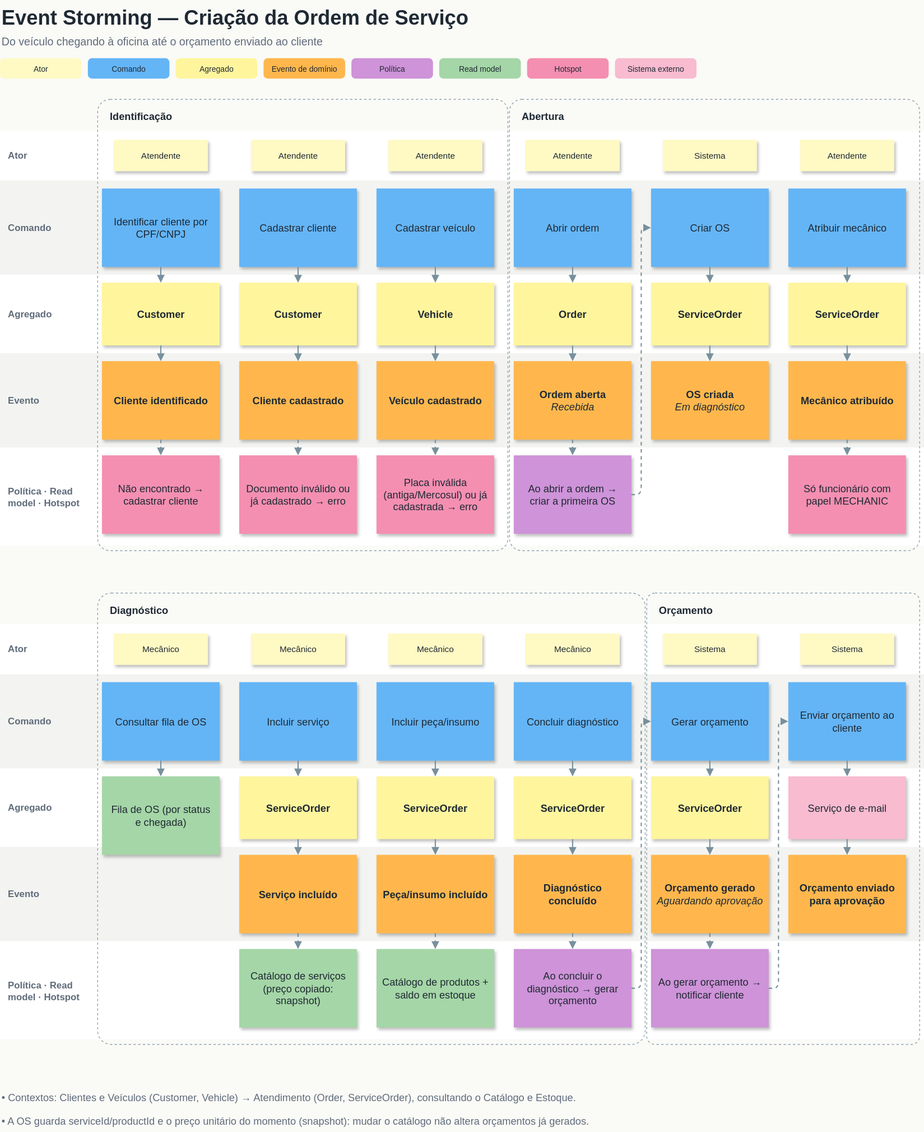
This is docs/ddd/event-storming/2-criacao-os.svg from 18-SOAT/Tech.Challenge.API, a draw.io export, as it was before one commit. Source tidied: cells renumbered, new cells last; positions are measured from the earlier drawing's top-left corner, leaving out a move shared by most shapes.
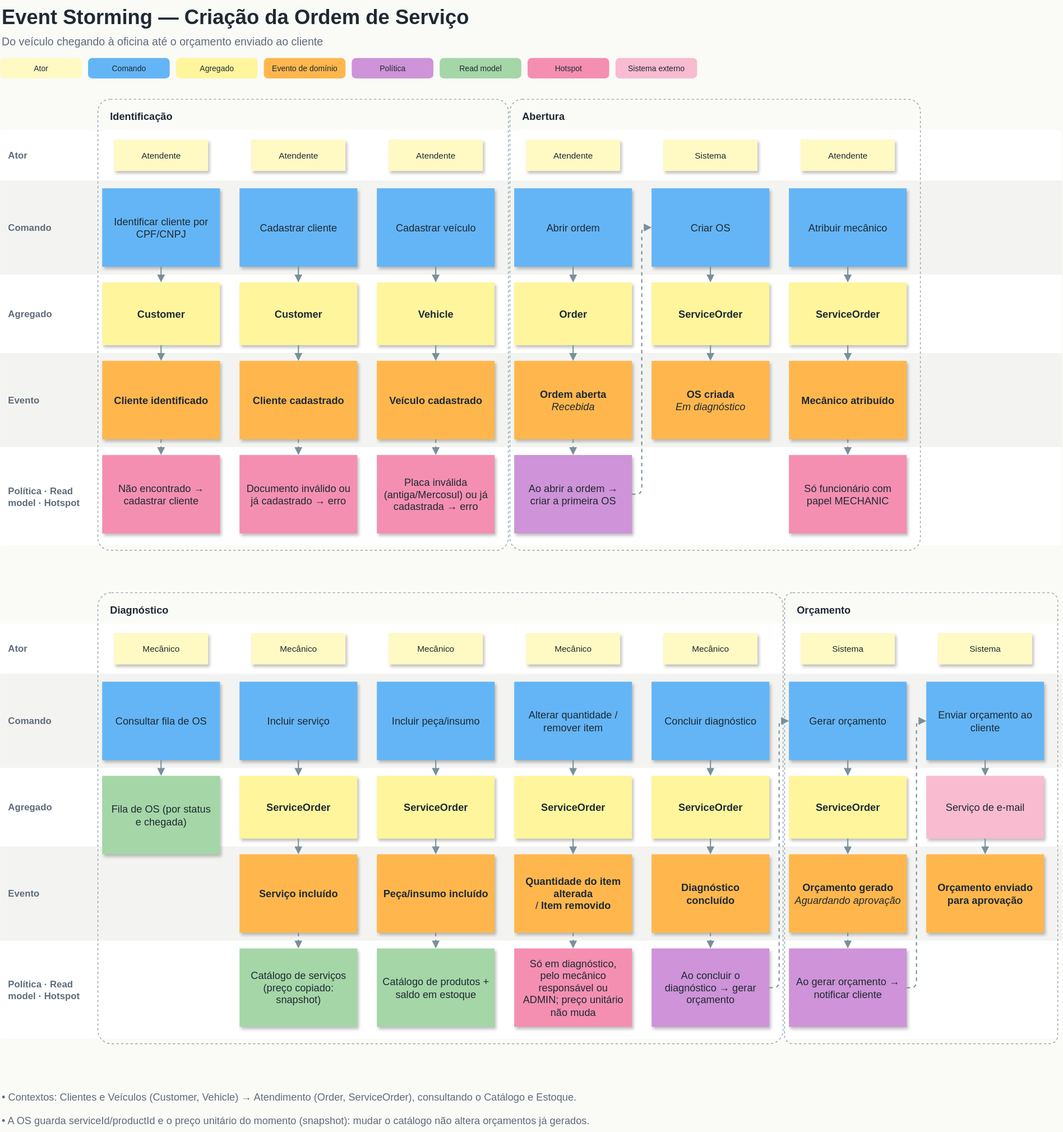
After the change.

Commit message:
docs(ddd): reexporta o event storming da criação da OS com a coluna de alterar/remover item

Change to the diagram source:
```diff
@@ -3,10 +3,10 @@
     <mxCell id="0" />
     <mxCell id="1" parent="0" />
     <mxCell id="2" value="Event Storming — Criação da Ordem de Serviço" style="text;html=1;whiteSpace=wrap;align=left;verticalAlign=top;fontSize=26;fontFamily=Helvetica;fontColor=#1F2933;fontStyle=1;" parent="1" vertex="1">
-      <mxGeometry width="1174" height="36" as="geometry" />
+      <mxGeometry width="1349" height="36" as="geometry" />
     </mxCell>
     <mxCell id="3" value="Do veículo chegando à oficina até o orçamento enviado ao cliente" style="text;html=1;whiteSpace=wrap;align=left;verticalAlign=top;fontSize=14;fontFamily=Helvetica;fontColor=#5F6B7A;" parent="1" vertex="1">
-      <mxGeometry y="38" width="1174" height="24" as="geometry" />
+      <mxGeometry y="38" width="1349" height="24" as="geometry" />
     </mxCell>
     <mxCell id="4" value="Ator" style="rounded=1;arcSize=20;whiteSpace=wrap;html=1;strokeColor=none;fillColor=#FFF9C4;fontSize=10;fontFamily=Helvetica;fontColor=#1F2933;" parent="1" vertex="1">
       <mxGeometry y="74" width="104" height="26" as="geometry" />
@@ -33,31 +33,31 @@
       <mxGeometry x="784" y="74" width="104" height="26" as="geometry" />
     </mxCell>
     <mxCell id="12" style="rounded=0;html=1;strokeColor=none;fillColor=#FFFFFF;" parent="1" vertex="1">
-      <mxGeometry y="166" width="1178" height="64" as="geometry" />
+      <mxGeometry y="166" width="1353" height="64" as="geometry" />
     </mxCell>
     <mxCell id="13" value="Ator" style="text;html=1;whiteSpace=wrap;align=left;verticalAlign=middle;fontSize=12;fontFamily=Helvetica;fontColor=#5F6B7A;fontStyle=1;" parent="1" vertex="1">
       <mxGeometry x="8" y="166" width="115" height="64" as="geometry" />
     </mxCell>
     <mxCell id="14" style="rounded=0;html=1;strokeColor=none;fillColor=#F3F4F1;" parent="1" vertex="1">
-      <mxGeometry y="230" width="1178" height="120" as="geometry" />
+      <mxGeometry y="230" width="1353" height="120" as="geometry" />
     </mxCell>
     <mxCell id="15" value="Comando" style="text;html=1;whiteSpace=wrap;align=left;verticalAlign=middle;fontSize=12;fontFamily=Helvetica;fontColor=#5F6B7A;fontStyle=1;" parent="1" vertex="1">
       <mxGeometry x="8" y="230" width="115" height="120" as="geometry" />
     </mxCell>
     <mxCell id="16" style="rounded=0;html=1;strokeColor=none;fillColor=#FFFFFF;" parent="1" vertex="1">
-      <mxGeometry y="350" width="1178" height="100" as="geometry" />
+      <mxGeometry y="350" width="1353" height="100" as="geometry" />
     </mxCell>
     <mxCell id="17" value="Agregado" style="text;html=1;whiteSpace=wrap;align=left;verticalAlign=middle;fontSize=12;fontFamily=Helvetica;fontColor=#5F6B7A;fontStyle=1;" parent="1" vertex="1">
       <mxGeometry x="8" y="350" width="115" height="100" as="geometry" />
     </mxCell>
     <mxCell id="18" style="rounded=0;html=1;strokeColor=none;fillColor=#F3F4F1;" parent="1" vertex="1">
-      <mxGeometry y="450" width="1178" height="120" as="geometry" />
+      <mxGeometry y="450" width="1353" height="120" as="geometry" />
     </mxCell>
     <mxCell id="19" value="Evento" style="text;html=1;whiteSpace=wrap;align=left;verticalAlign=middle;fontSize=12;fontFamily=Helvetica;fontColor=#5F6B7A;fontStyle=1;" parent="1" vertex="1">
       <mxGeometry x="8" y="450" width="115" height="120" as="geometry" />
     </mxCell>
     <mxCell id="20" style="rounded=0;html=1;strokeColor=none;fillColor=#FFFFFF;" parent="1" vertex="1">
-      <mxGeometry y="570" width="1178" height="125" as="geometry" />
+      <mxGeometry y="570" width="1353" height="125" as="geometry" />
     </mxCell>
     <mxCell id="21" value="Política · Read model · Hotspot" style="text;html=1;whiteSpace=wrap;align=left;verticalAlign=middle;fontSize=12;fontFamily=Helvetica;fontColor=#5F6B7A;fontStyle=1;" parent="1" vertex="1">
       <mxGeometry x="8" y="570" width="115" height="125" as="geometry" />
@@ -210,37 +210,37 @@
       <mxGeometry relative="1" as="geometry" />
     </mxCell>
     <mxCell id="71" style="rounded=0;html=1;strokeColor=none;fillColor=#FFFFFF;" parent="1" vertex="1">
-      <mxGeometry y="795" width="1178" height="64" as="geometry" />
+      <mxGeometry y="795" width="1353" height="64" as="geometry" />
     </mxCell>
     <mxCell id="72" value="Ator" style="text;html=1;whiteSpace=wrap;align=left;verticalAlign=middle;fontSize=12;fontFamily=Helvetica;fontColor=#5F6B7A;fontStyle=1;" parent="1" vertex="1">
       <mxGeometry x="8" y="795" width="115" height="64" as="geometry" />
     </mxCell>
     <mxCell id="73" style="rounded=0;html=1;strokeColor=none;fillColor=#F3F4F1;" parent="1" vertex="1">
-      <mxGeometry y="859" width="1178" height="120" as="geometry" />
+      <mxGeometry y="859" width="1353" height="120" as="geometry" />
     </mxCell>
     <mxCell id="74" value="Comando" style="text;html=1;whiteSpace=wrap;align=left;verticalAlign=middle;fontSize=12;fontFamily=Helvetica;fontColor=#5F6B7A;fontStyle=1;" parent="1" vertex="1">
       <mxGeometry x="8" y="859" width="115" height="120" as="geometry" />
     </mxCell>
     <mxCell id="75" style="rounded=0;html=1;strokeColor=none;fillColor=#FFFFFF;" parent="1" vertex="1">
-      <mxGeometry y="979" width="1178" height="100" as="geometry" />
+      <mxGeometry y="979" width="1353" height="100" as="geometry" />
     </mxCell>
     <mxCell id="76" value="Agregado" style="text;html=1;whiteSpace=wrap;align=left;verticalAlign=middle;fontSize=12;fontFamily=Helvetica;fontColor=#5F6B7A;fontStyle=1;" parent="1" vertex="1">
       <mxGeometry x="8" y="979" width="115" height="100" as="geometry" />
     </mxCell>
     <mxCell id="77" style="rounded=0;html=1;strokeColor=none;fillColor=#F3F4F1;" parent="1" vertex="1">
-      <mxGeometry y="1079" width="1178" height="120" as="geometry" />
+      <mxGeometry y="1079" width="1353" height="120" as="geometry" />
     </mxCell>
     <mxCell id="78" value="Evento" style="text;html=1;whiteSpace=wrap;align=left;verticalAlign=middle;fontSize=12;fontFamily=Helvetica;fontColor=#5F6B7A;fontStyle=1;" parent="1" vertex="1">
       <mxGeometry x="8" y="1079" width="115" height="120" as="geometry" />
     </mxCell>
     <mxCell id="79" style="rounded=0;html=1;strokeColor=none;fillColor=#FFFFFF;" parent="1" vertex="1">
-      <mxGeometry y="1199" width="1178" height="125" as="geometry" />
+      <mxGeometry y="1199" width="1353" height="125" as="geometry" />
     </mxCell>
     <mxCell id="80" value="Política · Read model · Hotspot" style="text;html=1;whiteSpace=wrap;align=left;verticalAlign=middle;fontSize=12;fontFamily=Helvetica;fontColor=#5F6B7A;fontStyle=1;" parent="1" vertex="1">
       <mxGeometry x="8" y="1199" width="115" height="125" as="geometry" />
     </mxCell>
     <mxCell id="81" value="Diagnóstico" style="rounded=1;arcSize=3;whiteSpace=wrap;html=1;fillColor=none;strokeColor=#90A4AE;verticalAlign=top;align=left;spacingLeft=14;spacingTop=8;fontSize=13;fontStyle=1;fontFamily=Helvetica;fontColor=#1F2933;dashed=1;" parent="1" vertex="1">
-      <mxGeometry x="124" y="755" width="698" height="575" as="geometry" />
+      <mxGeometry x="124" y="755" width="873" height="575" as="geometry" />
     </mxCell>
     <mxCell id="82" value="Mecânico" style="rounded=0;whiteSpace=wrap;html=1;strokeColor=none;shadow=1;fontSize=13;spacing=8;fontFamily=Helvetica;fontColor=#1F2933;fillColor=#FFF9C4;fontSize=11;" parent="1" vertex="1">
       <mxGeometry x="145" y="807" width="120" height="40" as="geometry" />
@@ -302,17 +302,41 @@
     <mxCell id="101" style="html=1;endArrow=block;endFill=1;strokeColor=#78909C;strokeWidth=1.5;fontSize=11;fontFamily=Helvetica;fontColor=#5F6B7A;labelBackgroundColor=#FAFAF7;edgeStyle=orthogonalEdgeStyle;rounded=1;dashed=1;" parent="1" edge="1" source="97" target="100">
       <mxGeometry relative="1" as="geometry" />
     </mxCell>
+    <mxCell id="129" value="Mecânico" style="rounded=0;whiteSpace=wrap;html=1;strokeColor=none;shadow=1;fontSize=13;spacing=8;fontFamily=Helvetica;fontColor=#1F2933;fillColor=#FFF9C4;fontSize=11;" parent="1" vertex="1">
+      <mxGeometry x="670" y="807" width="120" height="40" as="geometry" />
+    </mxCell>
+    <mxCell id="130" value="Alterar quantidade / remover item" style="rounded=0;whiteSpace=wrap;html=1;strokeColor=none;shadow=1;fontSize=13;spacing=8;fontFamily=Helvetica;fontColor=#1F2933;fillColor=#64B5F6;fontSize=13;" parent="1" vertex="1">
+      <mxGeometry x="655" y="869" width="150" height="100" as="geometry" />
+    </mxCell>
+    <mxCell id="131" value="ServiceOrder" style="rounded=0;whiteSpace=wrap;html=1;strokeColor=none;shadow=1;fontSize=13;spacing=8;fontFamily=Helvetica;fontColor=#1F2933;fillColor=#FFF59D;fontSize=13;fontStyle=1;" parent="1" vertex="1">
+      <mxGeometry x="655" y="989" width="150" height="80" as="geometry" />
+    </mxCell>
+    <mxCell id="132" value="&lt;b&gt;Quantidade do item alterada&lt;/b&gt;&lt;br&gt;/ &lt;b&gt;Item removido&lt;/b&gt;" style="rounded=0;whiteSpace=wrap;html=1;strokeColor=none;shadow=1;fontSize=13;spacing=8;fontFamily=Helvetica;fontColor=#1F2933;fillColor=#FFB74D;fontSize=13;" parent="1" vertex="1">
+      <mxGeometry x="655" y="1089" width="150" height="100" as="geometry" />
+    </mxCell>
+    <mxCell id="133" value="Só em diagnóstico, pelo mecânico responsável ou ADMIN; preço unitário não muda" style="rounded=0;whiteSpace=wrap;html=1;strokeColor=none;shadow=1;fontSize=13;spacing=8;fontFamily=Helvetica;fontColor=#1F2933;fillColor=#F48FB1;fontSize=13;" parent="1" vertex="1">
+      <mxGeometry x="655" y="1209" width="150" height="100" as="geometry" />
+    </mxCell>
+    <mxCell id="134" style="html=1;endArrow=block;endFill=1;strokeColor=#78909C;strokeWidth=1.5;fontSize=11;fontFamily=Helvetica;fontColor=#5F6B7A;labelBackgroundColor=#FAFAF7;edgeStyle=orthogonalEdgeStyle;rounded=1;" parent="1" edge="1" source="130" target="131">
+      <mxGeometry relative="1" as="geometry" />
+    </mxCell>
+    <mxCell id="135" style="html=1;endArrow=block;endFill=1;strokeColor=#78909C;strokeWidth=1.5;fontSize=11;fontFamily=Helvetica;fontColor=#5F6B7A;labelBackgroundColor=#FAFAF7;edgeStyle=orthogonalEdgeStyle;rounded=1;" parent="1" edge="1" source="131" target="132">
+      <mxGeometry relative="1" as="geometry" />
+    </mxCell>
+    <mxCell id="136" style="html=1;endArrow=block;endFill=1;strokeColor=#78909C;strokeWidth=1.5;fontSize=11;fontFamily=Helvetica;fontColor=#5F6B7A;labelBackgroundColor=#FAFAF7;edgeStyle=orthogonalEdgeStyle;rounded=1;dashed=1;" parent="1" edge="1" source="132" target="133">
+      <mxGeometry relative="1" as="geometry" />
+    </mxCell>
     <mxCell id="102" value="Mecânico" style="rounded=0;whiteSpace=wrap;html=1;strokeColor=none;shadow=1;fontSize=13;spacing=8;fontFamily=Helvetica;fontColor=#1F2933;fillColor=#FFF9C4;fontSize=11;" parent="1" vertex="1">
-      <mxGeometry x="670" y="807" width="120" height="40" as="geometry" />
+      <mxGeometry x="845" y="807" width="120" height="40" as="geometry" />
     </mxCell>
     <mxCell id="103" value="Concluir diagnóstico" style="rounded=0;whiteSpace=wrap;html=1;strokeColor=none;shadow=1;fontSize=13;spacing=8;fontFamily=Helvetica;fontColor=#1F2933;fillColor=#64B5F6;fontSize=13;" parent="1" vertex="1">
-      <mxGeometry x="655" y="869" width="150" height="100" as="geometry" />
+      <mxGeometry x="830" y="869" width="150" height="100" as="geometry" />
     </mxCell>
     <mxCell id="104" value="ServiceOrder" style="rounded=0;whiteSpace=wrap;html=1;strokeColor=none;shadow=1;fontSize=13;spacing=8;fontFamily=Helvetica;fontColor=#1F2933;fillColor=#FFF59D;fontSize=13;fontStyle=1;" parent="1" vertex="1">
-      <mxGeometry x="655" y="989" width="150" height="80" as="geometry" />
+      <mxGeometry x="830" y="989" width="150" height="80" as="geometry" />
     </mxCell>
     <mxCell id="105" value="&lt;b&gt;Diagnóstico concluído&lt;/b&gt;" style="rounded=0;whiteSpace=wrap;html=1;strokeColor=none;shadow=1;fontSize=13;spacing=8;fontFamily=Helvetica;fontColor=#1F2933;fillColor=#FFB74D;fontSize=13;" parent="1" vertex="1">
-      <mxGeometry x="655" y="1089" width="150" height="100" as="geometry" />
+      <mxGeometry x="830" y="1089" width="150" height="100" as="geometry" />
     </mxCell>
     <mxCell id="106" style="html=1;endArrow=block;endFill=1;strokeColor=#78909C;strokeWidth=1.5;fontSize=11;fontFamily=Helvetica;fontColor=#5F6B7A;labelBackgroundColor=#FAFAF7;edgeStyle=orthogonalEdgeStyle;rounded=1;" parent="1" edge="1" source="103" target="104">
       <mxGeometry relative="1" as="geometry" />
@@ -321,25 +345,25 @@
       <mxGeometry relative="1" as="geometry" />
     </mxCell>
     <mxCell id="108" value="Ao concluir o diagnóstico → gerar orçamento" style="rounded=0;whiteSpace=wrap;html=1;strokeColor=none;shadow=1;fontSize=13;spacing=8;fontFamily=Helvetica;fontColor=#1F2933;fillColor=#CE93D8;fontSize=13;" parent="1" vertex="1">
-      <mxGeometry x="655" y="1209" width="150" height="100" as="geometry" />
+      <mxGeometry x="830" y="1209" width="150" height="100" as="geometry" />
     </mxCell>
     <mxCell id="109" style="html=1;endArrow=block;endFill=1;strokeColor=#78909C;strokeWidth=1.5;fontSize=11;fontFamily=Helvetica;fontColor=#5F6B7A;labelBackgroundColor=#FAFAF7;edgeStyle=orthogonalEdgeStyle;rounded=1;dashed=1;" parent="1" edge="1" source="105" target="108">
       <mxGeometry relative="1" as="geometry" />
     </mxCell>
     <mxCell id="110" value="Orçamento" style="rounded=1;arcSize=3;whiteSpace=wrap;html=1;fillColor=none;strokeColor=#90A4AE;verticalAlign=top;align=left;spacingLeft=14;spacingTop=8;fontSize=13;fontStyle=1;fontFamily=Helvetica;fontColor=#1F2933;dashed=1;" parent="1" vertex="1">
-      <mxGeometry x="824" y="755" width="348" height="575" as="geometry" />
+      <mxGeometry x="999" y="755" width="348" height="575" as="geometry" />
     </mxCell>
     <mxCell id="111" value="Sistema" style="rounded=0;whiteSpace=wrap;html=1;strokeColor=none;shadow=1;fontSize=13;spacing=8;fontFamily=Helvetica;fontColor=#1F2933;fillColor=#FFF9C4;fontSize=11;" parent="1" vertex="1">
-      <mxGeometry x="845" y="807" width="120" height="40" as="geometry" />
+      <mxGeometry x="1020" y="807" width="120" height="40" as="geometry" />
     </mxCell>
     <mxCell id="112" value="Gerar orçamento" style="rounded=0;whiteSpace=wrap;html=1;strokeColor=none;shadow=1;fontSize=13;spacing=8;fontFamily=Helvetica;fontColor=#1F2933;fillColor=#64B5F6;fontSize=13;" parent="1" vertex="1">
-      <mxGeometry x="830" y="869" width="150" height="100" as="geometry" />
+      <mxGeometry x="1005" y="869" width="150" height="100" as="geometry" />
     </mxCell>
     <mxCell id="113" value="ServiceOrder" style="rounded=0;whiteSpace=wrap;html=1;strokeColor=none;shadow=1;fontSize=13;spacing=8;fontFamily=Helvetica;fontColor=#1F2933;fillColor=#FFF59D;fontSize=13;fontStyle=1;" parent="1" vertex="1">
-      <mxGeometry x="830" y="989" width="150" height="80" as="geometry" />
+      <mxGeometry x="1005" y="989" width="150" height="80" as="geometry" />
     </mxCell>
     <mxCell id="114" value="&lt;b&gt;Orçamento gerado&lt;/b&gt;&lt;br&gt;&lt;i&gt;Aguardando aprovação&lt;/i&gt;" style="rounded=0;whiteSpace=wrap;html=1;strokeColor=none;shadow=1;fontSize=13;spacing=8;fontFamily=Helvetica;fontColor=#1F2933;fillColor=#FFB74D;fontSize=13;" parent="1" vertex="1">
-      <mxGeometry x="830" y="1089" width="150" height="100" as="geometry" />
+      <mxGeometry x="1005" y="1089" width="150" height="100" as="geometry" />
     </mxCell>
     <mxCell id="115" style="html=1;endArrow=block;endFill=1;strokeColor=#78909C;strokeWidth=1.5;fontSize=11;fontFamily=Helvetica;fontColor=#5F6B7A;labelBackgroundColor=#FAFAF7;edgeStyle=orthogonalEdgeStyle;rounded=1;" parent="1" edge="1" source="112" target="113">
       <mxGeometry relative="1" as="geometry" />
@@ -351,22 +375,22 @@
       <mxGeometry relative="1" as="geometry" />
     </mxCell>
     <mxCell id="118" value="Ao gerar orçamento → notificar cliente" style="rounded=0;whiteSpace=wrap;html=1;strokeColor=none;shadow=1;fontSize=13;spacing=8;fontFamily=Helvetica;fontColor=#1F2933;fillColor=#CE93D8;fontSize=13;" parent="1" vertex="1">
-      <mxGeometry x="830" y="1209" width="150" height="100" as="geometry" />
+      <mxGeometry x="1005" y="1209" width="150" height="100" as="geometry" />
     </mxCell>
     <mxCell id="119" style="html=1;endArrow=block;endFill=1;strokeColor=#78909C;strokeWidth=1.5;fontSize=11;fontFamily=Helvetica;fontColor=#5F6B7A;labelBackgroundColor=#FAFAF7;edgeStyle=orthogonalEdgeStyle;rounded=1;dashed=1;" parent="1" edge="1" source="114" target="118">
       <mxGeometry relative="1" as="geometry" />
     </mxCell>
     <mxCell id="120" value="Sistema" style="rounded=0;whiteSpace=wrap;html=1;strokeColor=none;shadow=1;fontSize=13;spacing=8;fontFamily=Helvetica;fontColor=#1F2933;fillColor=#FFF9C4;fontSize=11;" parent="1" vertex="1">
-      <mxGeometry x="1020" y="807" width="120" height="40" as="geometry" />
+      <mxGeometry x="1195" y="807" width="120" height="40" as="geometry" />
     </mxCell>
     <mxCell id="121" value="Enviar orçamento ao cliente" style="rounded=0;whiteSpace=wrap;html=1;strokeColor=none;shadow=1;fontSize=13;spacing=8;fontFamily=Helvetica;fontColor=#1F2933;fillColor=#64B5F6;fontSize=13;" parent="1" vertex="1">
-      <mxGeometry x="1005" y="869" width="150" height="100" as="geometry" />
+      <mxGeometry x="1180" y="869" width="150" height="100" as="geometry" />
     </mxCell>
     <mxCell id="122" value="Serviço de e-mail" style="rounded=0;whiteSpace=wrap;html=1;strokeColor=none;shadow=1;fontSize=13;spacing=8;fontFamily=Helvetica;fontColor=#1F2933;fillColor=#F8BBD0;fontSize=13;" parent="1" vertex="1">
-      <mxGeometry x="1005" y="989" width="150" height="80" as="geometry" />
+      <mxGeometry x="1180" y="989" width="150" height="80" as="geometry" />
     </mxCell>
     <mxCell id="123" value="&lt;b&gt;Orçamento enviado para aprovação&lt;/b&gt;" style="rounded=0;whiteSpace=wrap;html=1;strokeColor=none;shadow=1;fontSize=13;spacing=8;fontFamily=Helvetica;fontColor=#1F2933;fillColor=#FFB74D;fontSize=13;" parent="1" vertex="1">
-      <mxGeometry x="1005" y="1089" width="150" height="100" as="geometry" />
+      <mxGeometry x="1180" y="1089" width="150" height="100" as="geometry" />
     </mxCell>
     <mxCell id="124" style="html=1;endArrow=block;endFill=1;strokeColor=#78909C;strokeWidth=1.5;fontSize=11;fontFamily=Helvetica;fontColor=#5F6B7A;labelBackgroundColor=#FAFAF7;edgeStyle=orthogonalEdgeStyle;rounded=1;" parent="1" edge="1" source="121" target="122">
       <mxGeometry relative="1" as="geometry" />
@@ -378,10 +402,10 @@
       <mxGeometry relative="1" as="geometry" />
     </mxCell>
     <mxCell id="127" value="• Contextos: Clientes e Veículos (Customer, Vehicle) → Atendimento (Order, ServiceOrder), consultando o Catálogo e Estoque." style="text;html=1;whiteSpace=wrap;align=left;verticalAlign=top;fontSize=13;fontFamily=Helvetica;fontColor=#5F6B7A;" parent="1" vertex="1">
-      <mxGeometry y="1384" width="1174" height="28" as="geometry" />
+      <mxGeometry y="1384" width="1349" height="28" as="geometry" />
     </mxCell>
     <mxCell id="128" value="• A OS guarda serviceId/productId e o preço unitário do momento (snapshot): mudar o catálogo não altera orçamentos já gerados." style="text;html=1;whiteSpace=wrap;align=left;verticalAlign=top;fontSize=13;fontFamily=Helvetica;fontColor=#5F6B7A;" parent="1" vertex="1">
-      <mxGeometry y="1414" width="1174" height="28" as="geometry" />
+      <mxGeometry y="1414" width="1349" height="28" as="geometry" />
     </mxCell>
   </root>
 </mxGraphModel>
```
